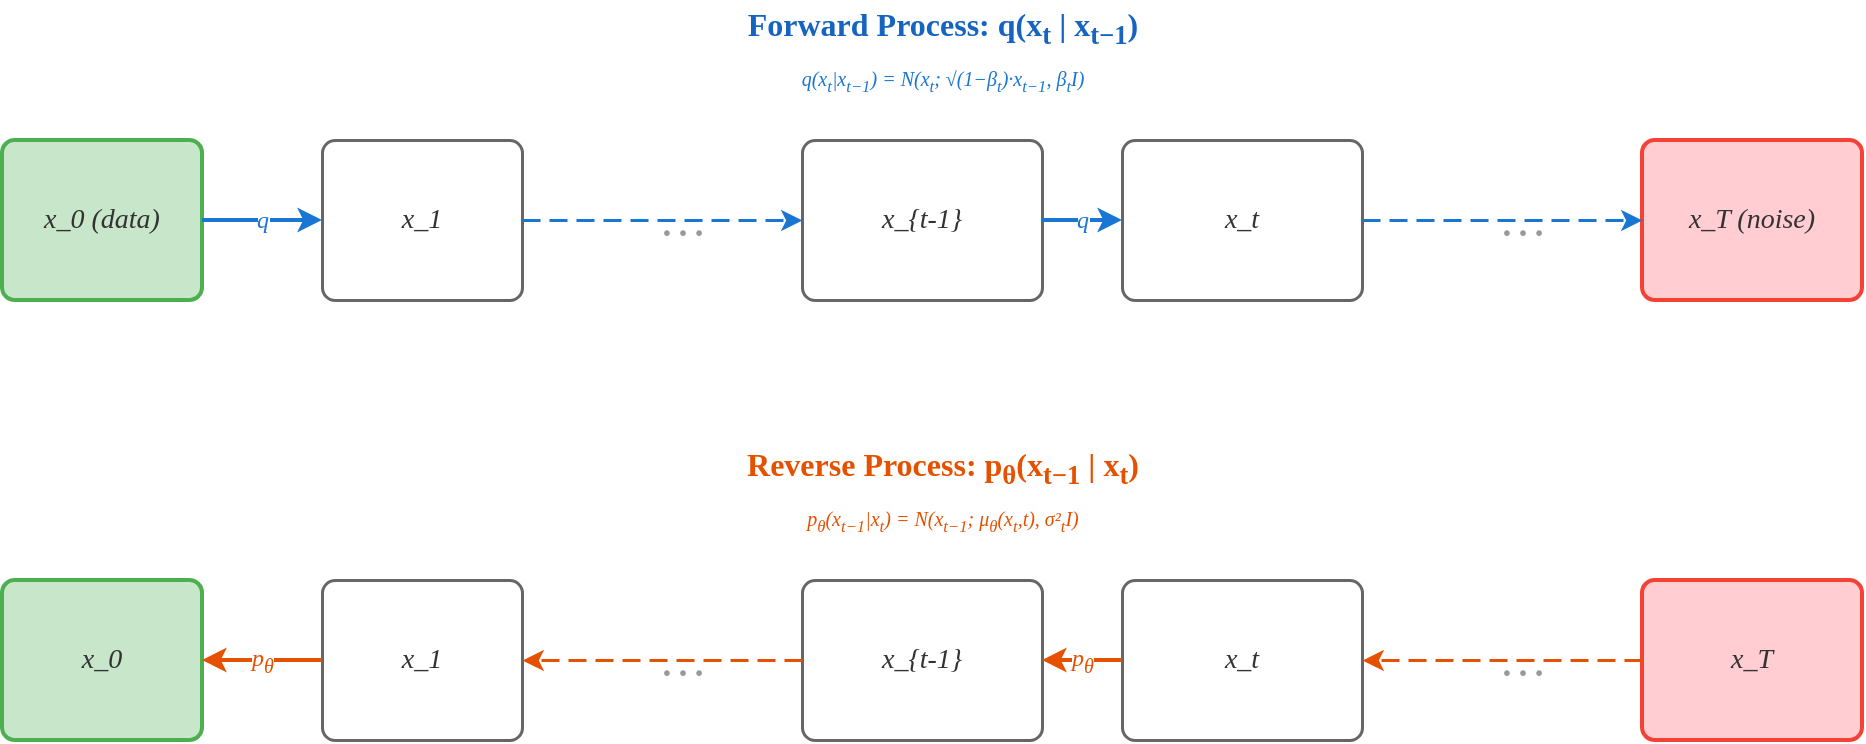
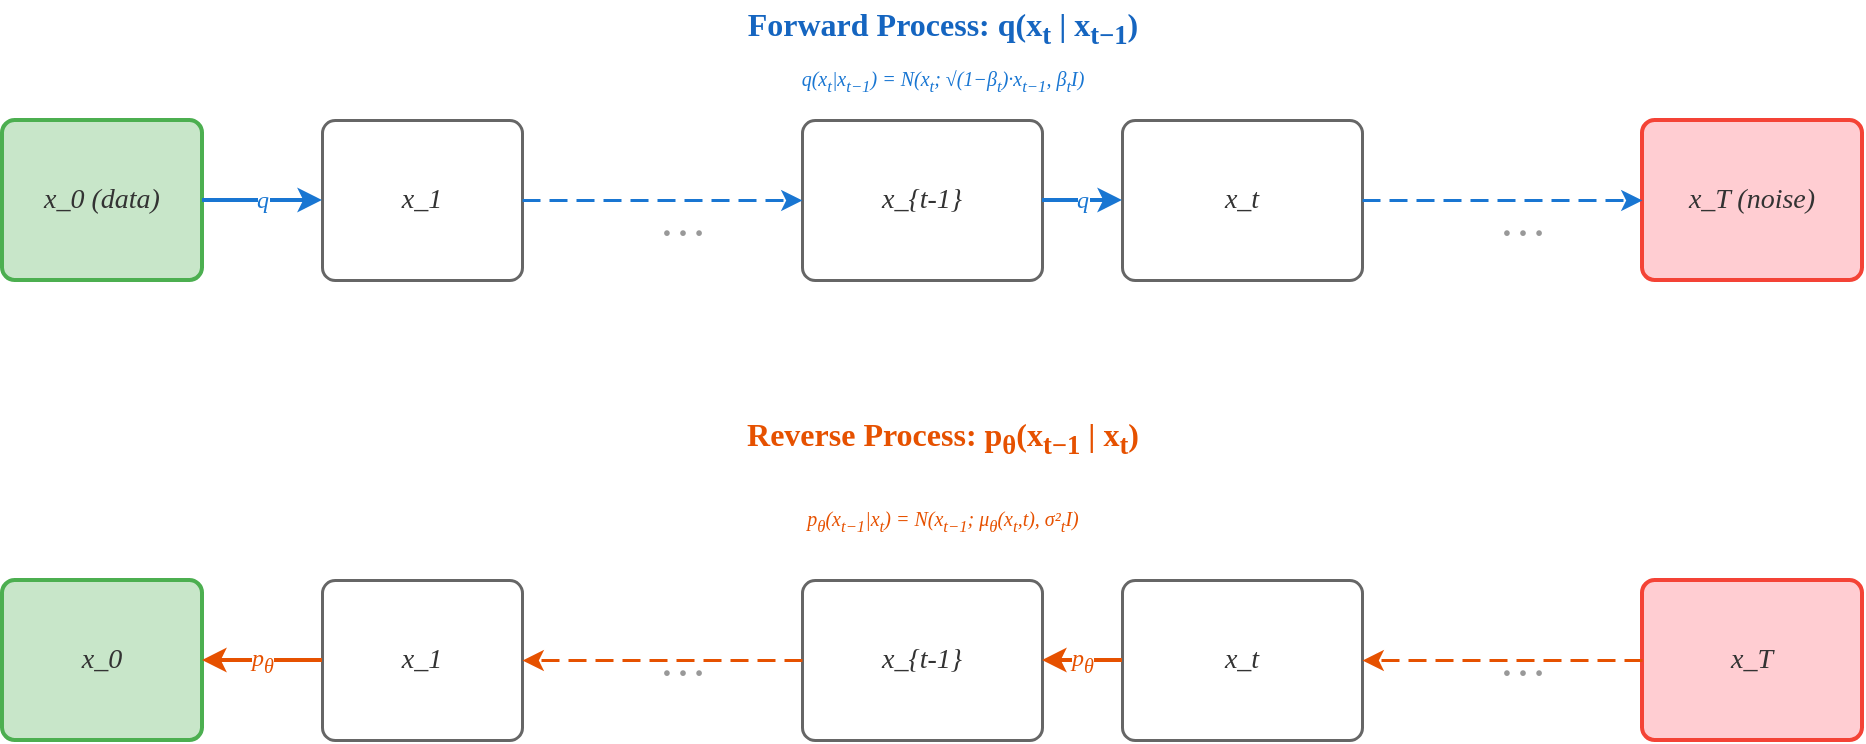
<mxfile host="app.diagrams.net">
  <diagram name="Diffusion Forward Reverse" id="diffusion">
    <mxGraphModel dx="1200" dy="600" grid="1" gridSize="10" guides="1" tooltips="1" connect="1" arrows="1" fold="1" page="1" pageScale="1" pageWidth="1100" pageHeight="440" math="0" shadow="0">
      <root>
        <mxCell id="0"/>
        <mxCell id="1" parent="0"/>

        <!--
          Diffusion DDPM Markov chain diagram.
          Flow convention: forward chain = LR (source.x &lt; target.x), blue.
          Reverse chain = RL (source.x &gt; target.x), orange — documented exception
          per drawio-templates.md S2.
          All coords multiples of 10. Canvas 1100x440.
        -->

        <!-- ===== Forward Process Title (blue, bold) ===== -->
        <mxCell id="t_fwd" value="Forward Process: q(x&lt;sub&gt;t&lt;/sub&gt; | x&lt;sub&gt;t−1&lt;/sub&gt;)" style="text;html=1;strokeColor=none;fontSize=16;fontFamily=Times New Roman;fontStyle=1;fontColor=#1565C0;align=center;verticalAlign=middle" vertex="1" parent="1">
          <mxGeometry x="280" y="20" width="540" height="28" as="geometry"/>
        </mxCell>

        <!-- ===== Forward Formula Annotation (blue, italic) ===== -->
        <mxCell id="f_formula" value="q(x&lt;sub&gt;t&lt;/sub&gt;|x&lt;sub&gt;t−1&lt;/sub&gt;) = N(x&lt;sub&gt;t&lt;/sub&gt;; √(1−β&lt;sub&gt;t&lt;/sub&gt;)·x&lt;sub&gt;t−1&lt;/sub&gt;, β&lt;sub&gt;t&lt;/sub&gt;I)" style="text;html=1;strokeColor=none;fontSize=10;fontFamily=Times New Roman;fontStyle=2;fontColor=#1976D2;align=center;verticalAlign=middle" vertex="1" parent="1">
          <mxGeometry x="280" y="52" width="540" height="18" as="geometry"/>
        </mxCell>

        <!-- ===== Forward Chain (y=90..170, L→R flow) ===== -->

        <!-- x_0 (data) — green -->
        <mxCell id="f_x0" value="x_0  (data)" style="rounded=1;arcSize=8;whiteSpace=wrap;html=1;fillColor=#C8E6C9;strokeColor=#4CAF50;strokeWidth=2;fontSize=14;fontFamily=Times New Roman;fontStyle=2;fontColor=#333333;align=center;verticalAlign=middle" vertex="1" parent="1">
-           <mxGeometry x="80" y="90" width="100" height="80" as="geometry"/>
+           <mxGeometry x="80" y="80" width="100" height="80" as="geometry"/>
        </mxCell>

        <!-- x_1 — white -->
        <mxCell id="f_x1" value="x_1" style="rounded=1;arcSize=8;whiteSpace=wrap;html=1;fillColor=#FFFFFF;strokeColor=#666666;strokeWidth=1.5;fontSize=14;fontFamily=Times New Roman;fontStyle=2;fontColor=#333333;align=center;verticalAlign=middle" vertex="1" parent="1">
-           <mxGeometry x="240" y="90" width="100" height="80" as="geometry"/>
+           <mxGeometry x="240" y="80" width="100" height="80" as="geometry"/>
        </mxCell>

        <!-- … dots 1 (between x_1 and x_{t-1}) -->
        <mxCell id="f_dots1" value="…" style="text;html=1;strokeColor=none;fontSize=24;fontFamily=Times New Roman;fontColor=#999999;align=center;verticalAlign=middle" vertex="1" parent="1">
          <mxGeometry x="380" y="120" width="80" height="20" as="geometry"/>
        </mxCell>

        <!-- x_{t-1} — white (wider) -->
        <mxCell id="f_xtm1" value="x_{t-1}" style="rounded=1;arcSize=8;whiteSpace=wrap;html=1;fillColor=#FFFFFF;strokeColor=#666666;strokeWidth=1.5;fontSize=14;fontFamily=Times New Roman;fontStyle=2;fontColor=#333333;align=center;verticalAlign=middle" vertex="1" parent="1">
-           <mxGeometry x="480" y="90" width="120" height="80" as="geometry"/>
+           <mxGeometry x="480" y="80" width="120" height="80" as="geometry"/>
        </mxCell>

        <!-- x_t — white (wider) -->
        <mxCell id="f_xt" value="x_t" style="rounded=1;arcSize=8;whiteSpace=wrap;html=1;fillColor=#FFFFFF;strokeColor=#666666;strokeWidth=1.5;fontSize=14;fontFamily=Times New Roman;fontStyle=2;fontColor=#333333;align=center;verticalAlign=middle" vertex="1" parent="1">
-           <mxGeometry x="640" y="90" width="120" height="80" as="geometry"/>
+           <mxGeometry x="640" y="80" width="120" height="80" as="geometry"/>
        </mxCell>

        <!-- … dots 2 (between x_t and x_T) -->
        <mxCell id="f_dots2" value="…" style="text;html=1;strokeColor=none;fontSize=24;fontFamily=Times New Roman;fontColor=#999999;align=center;verticalAlign=middle" vertex="1" parent="1">
          <mxGeometry x="800" y="120" width="80" height="20" as="geometry"/>
        </mxCell>

        <!-- x_T (noise) — red -->
        <mxCell id="f_xT" value="x_T  (noise)" style="rounded=1;arcSize=8;whiteSpace=wrap;html=1;fillColor=#FFCDD2;strokeColor=#F44336;strokeWidth=2;fontSize=14;fontFamily=Times New Roman;fontStyle=2;fontColor=#333333;align=center;verticalAlign=middle" vertex="1" parent="1">
-           <mxGeometry x="900" y="90" width="110" height="80" as="geometry"/>
+           <mxGeometry x="900" y="80" width="110" height="80" as="geometry"/>
        </mxCell>

        <!-- ===== Reverse Process Title (orange, bold) ===== -->
        <mxCell id="t_rev" value="Reverse Process: p&lt;sub&gt;θ&lt;/sub&gt;(x&lt;sub&gt;t−1&lt;/sub&gt; | x&lt;sub&gt;t&lt;/sub&gt;)" style="text;html=1;strokeColor=none;fontSize=16;fontFamily=Times New Roman;fontStyle=1;fontColor=#E65100;align=center;verticalAlign=middle" vertex="1" parent="1">
-           <mxGeometry x="280" y="240" width="540" height="28" as="geometry"/>
+           <mxGeometry x="280" y="225" width="540" height="28" as="geometry"/>
        </mxCell>

        <!-- ===== Reverse Formula Annotation (orange, italic) ===== -->
        <mxCell id="r_formula" value="p&lt;sub&gt;θ&lt;/sub&gt;(x&lt;sub&gt;t−1&lt;/sub&gt;|x&lt;sub&gt;t&lt;/sub&gt;) = N(x&lt;sub&gt;t−1&lt;/sub&gt;; μ&lt;sub&gt;θ&lt;/sub&gt;(x&lt;sub&gt;t&lt;/sub&gt;,t), σ²&lt;sub&gt;t&lt;/sub&gt;I)" style="text;html=1;strokeColor=none;fontSize=10;fontFamily=Times New Roman;fontStyle=2;fontColor=#E65100;align=center;verticalAlign=middle" vertex="1" parent="1">
          <mxGeometry x="280" y="272" width="540" height="18" as="geometry"/>
        </mxCell>

        <!-- ===== Reverse Chain (y=310..390, R→L flow, documented exception) ===== -->

        <!-- x_T — red (rightmost) -->
        <mxCell id="r_xT" value="x_T" style="rounded=1;arcSize=8;whiteSpace=wrap;html=1;fillColor=#FFCDD2;strokeColor=#F44336;strokeWidth=2;fontSize=14;fontFamily=Times New Roman;fontStyle=2;fontColor=#333333;align=center;verticalAlign=middle" vertex="1" parent="1">
          <mxGeometry x="900" y="310" width="110" height="80" as="geometry"/>
        </mxCell>

        <!-- … dots 2 -->
        <mxCell id="r_dots2" value="…" style="text;html=1;strokeColor=none;fontSize=24;fontFamily=Times New Roman;fontColor=#999999;align=center;verticalAlign=middle" vertex="1" parent="1">
          <mxGeometry x="800" y="340" width="80" height="20" as="geometry"/>
        </mxCell>

        <!-- x_t — white -->
        <mxCell id="r_xt" value="x_t" style="rounded=1;arcSize=8;whiteSpace=wrap;html=1;fillColor=#FFFFFF;strokeColor=#666666;strokeWidth=1.5;fontSize=14;fontFamily=Times New Roman;fontStyle=2;fontColor=#333333;align=center;verticalAlign=middle" vertex="1" parent="1">
          <mxGeometry x="640" y="310" width="120" height="80" as="geometry"/>
        </mxCell>

        <!-- x_{t-1} — white -->
        <mxCell id="r_xtm1" value="x_{t-1}" style="rounded=1;arcSize=8;whiteSpace=wrap;html=1;fillColor=#FFFFFF;strokeColor=#666666;strokeWidth=1.5;fontSize=14;fontFamily=Times New Roman;fontStyle=2;fontColor=#333333;align=center;verticalAlign=middle" vertex="1" parent="1">
          <mxGeometry x="480" y="310" width="120" height="80" as="geometry"/>
        </mxCell>

        <!-- … dots 1 -->
        <mxCell id="r_dots1" value="…" style="text;html=1;strokeColor=none;fontSize=24;fontFamily=Times New Roman;fontColor=#999999;align=center;verticalAlign=middle" vertex="1" parent="1">
          <mxGeometry x="380" y="340" width="80" height="20" as="geometry"/>
        </mxCell>

        <!-- x_1 — white -->
        <mxCell id="r_x1" value="x_1" style="rounded=1;arcSize=8;whiteSpace=wrap;html=1;fillColor=#FFFFFF;strokeColor=#666666;strokeWidth=1.5;fontSize=14;fontFamily=Times New Roman;fontStyle=2;fontColor=#333333;align=center;verticalAlign=middle" vertex="1" parent="1">
          <mxGeometry x="240" y="310" width="100" height="80" as="geometry"/>
        </mxCell>

        <!-- x_0 — green (leftmost) -->
        <mxCell id="r_x0" value="x_0" style="rounded=1;arcSize=8;whiteSpace=wrap;html=1;fillColor=#C8E6C9;strokeColor=#4CAF50;strokeWidth=2;fontSize=14;fontFamily=Times New Roman;fontStyle=2;fontColor=#333333;align=center;verticalAlign=middle" vertex="1" parent="1">
          <mxGeometry x="80" y="310" width="100" height="80" as="geometry"/>
        </mxCell>

        <!-- ===== FORWARD EDGES (blue, L→R: source.x &lt; target.x) ===== -->

        <!-- f_x0 → f_x1: solid, label "q" -->
        <mxCell id="e_f01" value="q" style="edgeStyle=orthogonalEdgeStyle;rounded=1;orthogonalLoop=1;jettySize=auto;html=1;endArrow=classic;strokeColor=#1976D2;strokeWidth=2;exitX=1;exitY=0.5;entryX=0;entryY=0.5;labelBackgroundColor=#FFFFFF;fontFamily=Times New Roman;fontSize=12;fontStyle=2;fontColor=#1976D2" edge="1" parent="1" source="f_x0" target="f_x1">
          <mxGeometry relative="1" as="geometry"/>
        </mxCell>

        <!-- f_x1 → f_xtm1: dashed (over dots, omitted steps) -->
        <mxCell id="e_f12" style="edgeStyle=orthogonalEdgeStyle;rounded=1;orthogonalLoop=1;jettySize=auto;html=1;endArrow=classic;strokeColor=#1976D2;strokeWidth=1.5;exitX=1;exitY=0.5;entryX=0;entryY=0.5;dashed=1;dashPattern=6 3" edge="1" parent="1" source="f_x1" target="f_xtm1">
          <mxGeometry relative="1" as="geometry"/>
        </mxCell>

        <!-- f_xtm1 → f_xt: solid, label "q" -->
        <mxCell id="e_f23" value="q" style="edgeStyle=orthogonalEdgeStyle;rounded=1;orthogonalLoop=1;jettySize=auto;html=1;endArrow=classic;strokeColor=#1976D2;strokeWidth=2;exitX=1;exitY=0.5;entryX=0;entryY=0.5;labelBackgroundColor=#FFFFFF;fontFamily=Times New Roman;fontSize=12;fontStyle=2;fontColor=#1976D2" edge="1" parent="1" source="f_xtm1" target="f_xt">
          <mxGeometry relative="1" as="geometry"/>
        </mxCell>

        <!-- f_xt → f_xT: dashed (over dots, omitted steps) -->
        <mxCell id="e_f34" style="edgeStyle=orthogonalEdgeStyle;rounded=1;orthogonalLoop=1;jettySize=auto;html=1;endArrow=classic;strokeColor=#1976D2;strokeWidth=1.5;exitX=1;exitY=0.5;entryX=0;entryY=0.5;dashed=1;dashPattern=6 3" edge="1" parent="1" source="f_xt" target="f_xT">
          <mxGeometry relative="1" as="geometry"/>
        </mxCell>

        <!-- ===== REVERSE EDGES (orange, R→L: source.x &gt; target.x, documented exception) ===== -->

        <!-- r_xT → r_xt: dashed (over dots, omitted steps) -->
        <mxCell id="e_r43" style="edgeStyle=orthogonalEdgeStyle;rounded=1;orthogonalLoop=1;jettySize=auto;html=1;endArrow=classic;strokeColor=#E65100;strokeWidth=1.5;exitX=0;exitY=0.5;entryX=1;entryY=0.5;dashed=1;dashPattern=6 3" edge="1" parent="1" source="r_xT" target="r_xt">
          <mxGeometry relative="1" as="geometry"/>
        </mxCell>

        <!-- r_xt → r_xtm1: solid, label "p_θ" -->
        <mxCell id="e_r32" value="p&lt;sub&gt;θ&lt;/sub&gt;" style="edgeStyle=orthogonalEdgeStyle;rounded=1;orthogonalLoop=1;jettySize=auto;html=1;endArrow=classic;strokeColor=#E65100;strokeWidth=2;exitX=0;exitY=0.5;entryX=1;entryY=0.5;labelBackgroundColor=#FFFFFF;fontFamily=Times New Roman;fontSize=12;fontStyle=2;fontColor=#E65100" edge="1" parent="1" source="r_xt" target="r_xtm1">
          <mxGeometry relative="1" as="geometry"/>
        </mxCell>

        <!-- r_xtm1 → r_x1: dashed (over dots, omitted steps) -->
        <mxCell id="e_r21" style="edgeStyle=orthogonalEdgeStyle;rounded=1;orthogonalLoop=1;jettySize=auto;html=1;endArrow=classic;strokeColor=#E65100;strokeWidth=1.5;exitX=0;exitY=0.5;entryX=1;entryY=0.5;dashed=1;dashPattern=6 3" edge="1" parent="1" source="r_xtm1" target="r_x1">
          <mxGeometry relative="1" as="geometry"/>
        </mxCell>

        <!-- r_x1 → r_x0: solid, label "p_θ" -->
        <mxCell id="e_r10" value="p&lt;sub&gt;θ&lt;/sub&gt;" style="edgeStyle=orthogonalEdgeStyle;rounded=1;orthogonalLoop=1;jettySize=auto;html=1;endArrow=classic;strokeColor=#E65100;strokeWidth=2;exitX=0;exitY=0.5;entryX=1;entryY=0.5;labelBackgroundColor=#FFFFFF;fontFamily=Times New Roman;fontSize=12;fontStyle=2;fontColor=#E65100" edge="1" parent="1" source="r_x1" target="r_x0">
          <mxGeometry relative="1" as="geometry"/>
        </mxCell>

      </root>
    </mxGraphModel>
  </diagram>
</mxfile>
